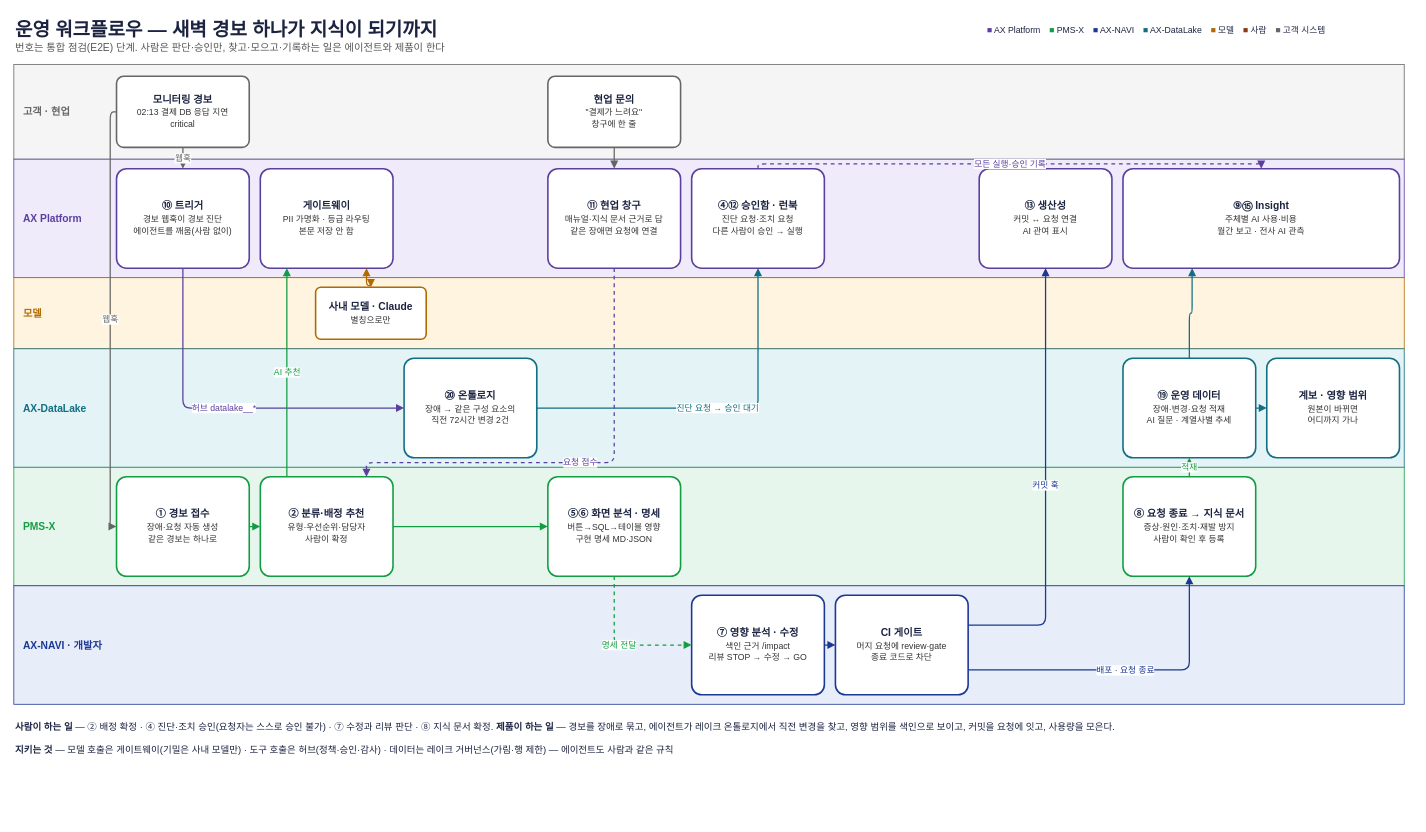
The draw.io diagram page "2. 운영 워크플로우 — 경보 접수부터 지식 문서 등록까지" (2 of 4) of download/hnix-ax-ecosystem.drawio in Malburi/hnix-ax-site, before the edit. Source tidied: cells renumbered, new cells numbered last; positions are measured from the earlier drawing's top-left corner, leaving out a move shared by most shapes. Both pictures are drawn from the tidied source at 79%, with x=0, y=0 at pixel (13, 13).
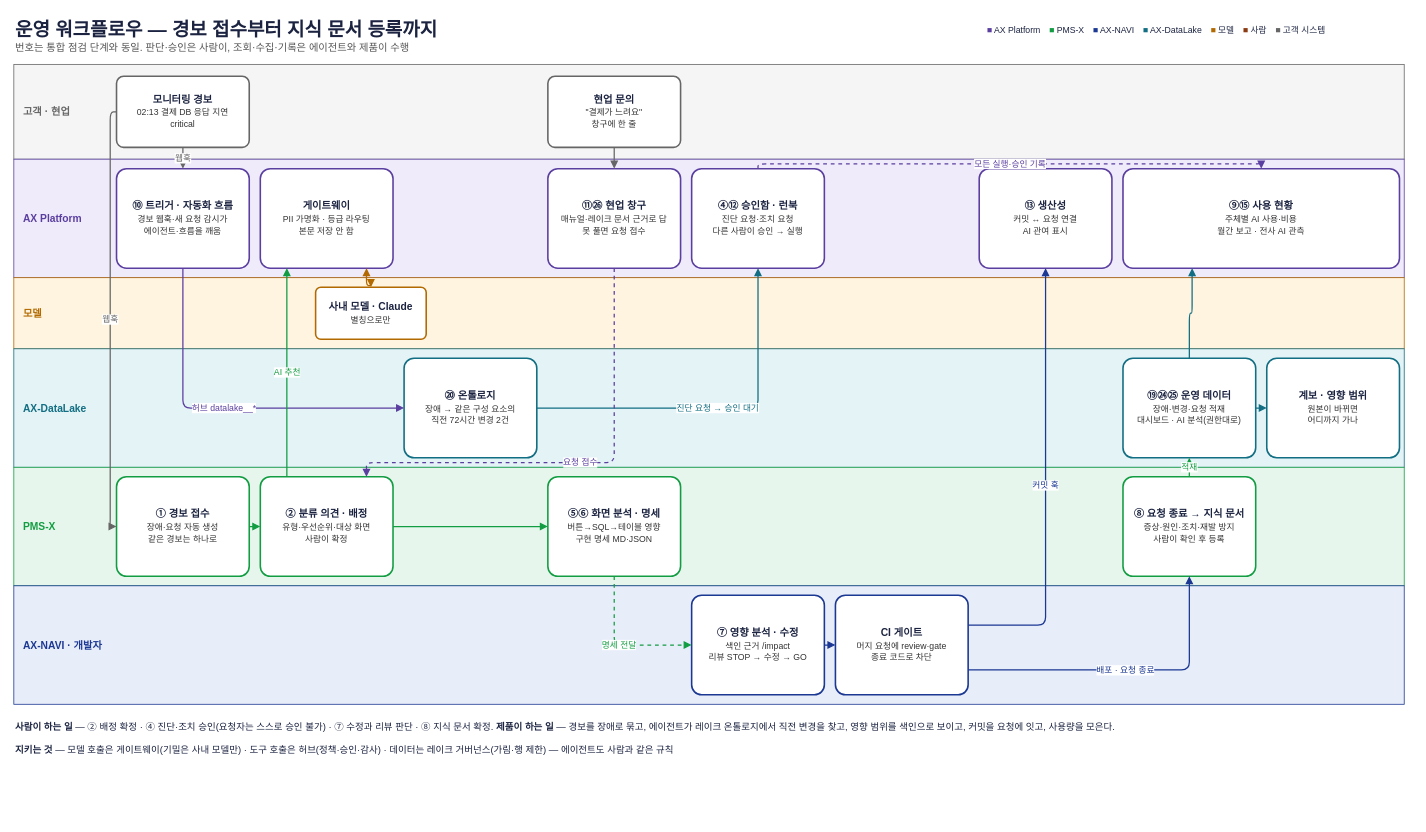
The same page after the edit.

The edit, as a diff of the source:
```diff
@@
-    <mxCell id="2" value="&lt;b style='font-size:24px'&gt;운영 워크플로우 — 새벽 경보 하나가 지식이 되기까지&lt;/b&gt;&lt;br&gt;&lt;font color='#555555'&gt;번호는 통합 점검(E2E) 단계. 사람은 판단·승인만, 찾고·모으고·기록하는 일은 에이전트와 제품이 한다&lt;/font&gt;" style="text;html=1;whiteSpace=wrap;align=left;verticalAlign=top;fontSize=13;fontColor=#1B2340;" parent="1" vertex="1">
+    <mxCell id="2" value="&lt;b style='font-size:24px'&gt;운영 워크플로우 — 경보 접수부터 지식 문서 등록까지&lt;/b&gt;&lt;br&gt;&lt;font color='#555555'&gt;번호는 통합 점검 단계와 동일. 판단·승인은 사람이, 조회·수집·기록은 에이전트와 제품이 수행&lt;/font&gt;" style="text;html=1;whiteSpace=wrap;align=left;verticalAlign=top;fontSize=13;fontColor=#1B2340;" parent="1" vertex="1">
       <mxGeometry width="1400" height="50" as="geometry" />
     </mxCell>
@@
-    <mxCell id="12" value="&lt;b&gt;⑩ 트리거&lt;/b&gt;&lt;br&gt;&lt;font style='font-size:11px' color='#333333'&gt;경보 웹훅이 경보 진단&lt;/font&gt;&lt;br&gt;&lt;font style='font-size:11px' color='#333333'&gt;에이전트를 깨움(사람 없이)&lt;/font&gt;" style="rounded=1;arcSize=10;strokeWidth=2;whiteSpace=wrap;html=1;strokeColor=#5B3FA0;fillColor=#FFFFFF;fontSize=13;fontColor=#1B2340;" parent="1" vertex="1">
+    <mxCell id="12" value="&lt;b&gt;⑩ 트리거 · 자동화 흐름&lt;/b&gt;&lt;br&gt;&lt;font style='font-size:11px' color='#333333'&gt;경보 웹훅·새 요청 감시가&lt;/font&gt;&lt;br&gt;&lt;font style='font-size:11px' color='#333333'&gt;에이전트·흐름을 깨움&lt;/font&gt;" style="rounded=1;arcSize=10;strokeWidth=2;whiteSpace=wrap;html=1;strokeColor=#5B3FA0;fillColor=#FFFFFF;fontSize=13;fontColor=#1B2340;" parent="1" vertex="1">
       <mxGeometry x="130" y="196" width="168" height="126" as="geometry" />
     </mxCell>
@@
-    <mxCell id="14" value="&lt;b&gt;⑪ 현업 창구&lt;/b&gt;&lt;br&gt;&lt;font style='font-size:11px' color='#333333'&gt;매뉴얼·지식 문서 근거로 답&lt;/font&gt;&lt;br&gt;&lt;font style='font-size:11px' color='#333333'&gt;같은 장애면 요청에 연결&lt;/font&gt;" style="rounded=1;arcSize=10;strokeWidth=2;whiteSpace=wrap;html=1;strokeColor=#5B3FA0;fillColor=#FFFFFF;fontSize=13;fontColor=#1B2340;" parent="1" vertex="1">
+    <mxCell id="14" value="&lt;b&gt;⑪㉖ 현업 창구&lt;/b&gt;&lt;br&gt;&lt;font style='font-size:11px' color='#333333'&gt;매뉴얼·레이크 문서 근거로 답&lt;/font&gt;&lt;br&gt;&lt;font style='font-size:11px' color='#333333'&gt;못 풀면 요청 접수&lt;/font&gt;" style="rounded=1;arcSize=10;strokeWidth=2;whiteSpace=wrap;html=1;strokeColor=#5B3FA0;fillColor=#FFFFFF;fontSize=13;fontColor=#1B2340;" parent="1" vertex="1">
       <mxGeometry x="676" y="196" width="168" height="126" as="geometry" />
     </mxCell>
@@
-    <mxCell id="17" value="&lt;b&gt;⑨⑮ Insight&lt;/b&gt;&lt;br&gt;&lt;font style='font-size:11px' color='#333333'&gt;주체별 AI 사용·비용&lt;/font&gt;&lt;br&gt;&lt;font style='font-size:11px' color='#333333'&gt;월간 보고 · 전사 AI 관측&lt;/font&gt;" style="rounded=1;arcSize=10;strokeWidth=2;whiteSpace=wrap;html=1;strokeColor=#5B3FA0;fillColor=#FFFFFF;fontSize=13;fontColor=#1B2340;" parent="1" vertex="1">
+    <mxCell id="17" value="&lt;b&gt;⑨⑮ 사용 현황&lt;/b&gt;&lt;br&gt;&lt;font style='font-size:11px' color='#333333'&gt;주체별 AI 사용·비용&lt;/font&gt;&lt;br&gt;&lt;font style='font-size:11px' color='#333333'&gt;월간 보고 · 전사 AI 관측&lt;/font&gt;" style="rounded=1;arcSize=10;strokeWidth=2;whiteSpace=wrap;html=1;strokeColor=#5B3FA0;fillColor=#FFFFFF;fontSize=13;fontColor=#1B2340;" parent="1" vertex="1">
       <mxGeometry x="1404" y="196" width="350" height="126" as="geometry" />
     </mxCell>
@@
-    <mxCell id="20" value="&lt;b&gt;⑲ 운영 데이터&lt;/b&gt;&lt;br&gt;&lt;font style='font-size:11px' color='#333333'&gt;장애·변경·요청 적재&lt;/font&gt;&lt;br&gt;&lt;font style='font-size:11px' color='#333333'&gt;AI 질문 · 계열사별 추세&lt;/font&gt;" style="rounded=1;arcSize=10;strokeWidth=2;whiteSpace=wrap;html=1;strokeColor=#126E82;fillColor=#FFFFFF;fontSize=13;fontColor=#1B2340;" parent="1" vertex="1">
+    <mxCell id="20" value="&lt;b&gt;⑲㉔㉕ 운영 데이터&lt;/b&gt;&lt;br&gt;&lt;font style='font-size:11px' color='#333333'&gt;장애·변경·요청 적재&lt;/font&gt;&lt;br&gt;&lt;font style='font-size:11px' color='#333333'&gt;대시보드 · AI 분석(권한대로)&lt;/font&gt;" style="rounded=1;arcSize=10;strokeWidth=2;whiteSpace=wrap;html=1;strokeColor=#126E82;fillColor=#FFFFFF;fontSize=13;fontColor=#1B2340;" parent="1" vertex="1">
       <mxGeometry x="1404" y="436" width="168" height="126" as="geometry" />
     </mxCell>
@@
-    <mxCell id="23" value="&lt;b&gt;② 분류·배정 추천&lt;/b&gt;&lt;br&gt;&lt;font style='font-size:11px' color='#333333'&gt;유형·우선순위·담당자&lt;/font&gt;&lt;br&gt;&lt;font style='font-size:11px' color='#333333'&gt;사람이 확정&lt;/font&gt;" style="rounded=1;arcSize=10;strokeWidth=2;whiteSpace=wrap;html=1;strokeColor=#139D43;fillColor=#FFFFFF;fontSize=13;fontColor=#1B2340;" parent="1" vertex="1">
+    <mxCell id="23" value="&lt;b&gt;② 분류 의견 · 배정&lt;/b&gt;&lt;br&gt;&lt;font style='font-size:11px' color='#333333'&gt;유형·우선순위·대상 화면&lt;/font&gt;&lt;br&gt;&lt;font style='font-size:11px' color='#333333'&gt;사람이 확정&lt;/font&gt;" style="rounded=1;arcSize=10;strokeWidth=2;whiteSpace=wrap;html=1;strokeColor=#139D43;fillColor=#FFFFFF;fontSize=13;fontColor=#1B2340;" parent="1" vertex="1">
       <mxGeometry x="312" y="586" width="168" height="126" as="geometry" />
     </mxCell>
```
